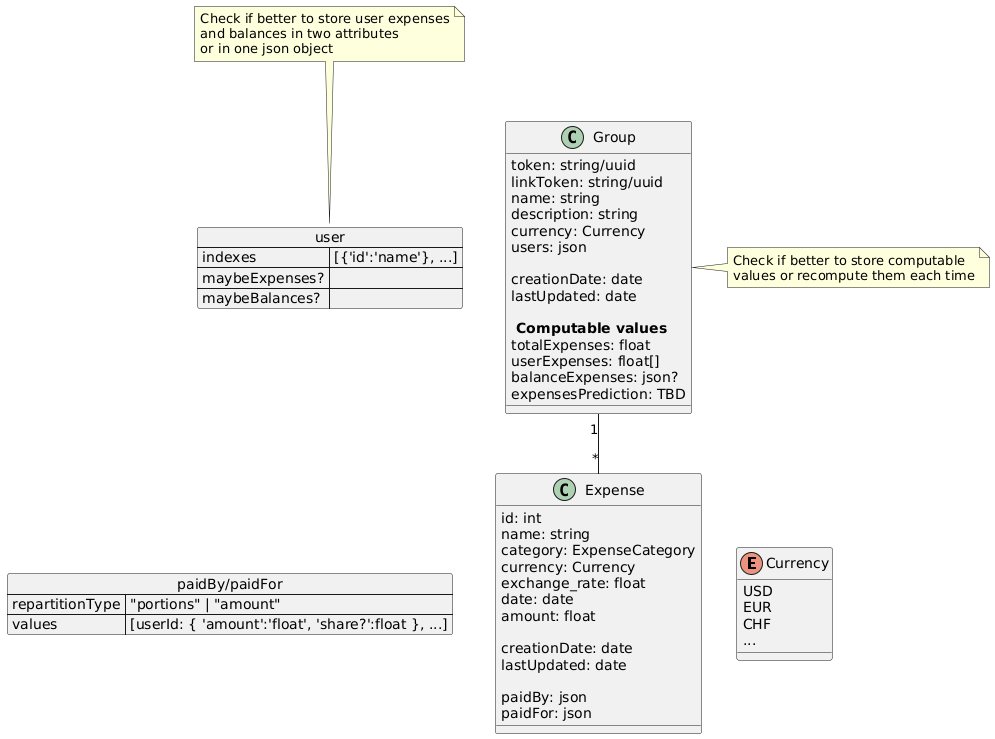
Earlier version of the PlantUML export database/databaseumlER.png (BuddyCount/BuddyCount).
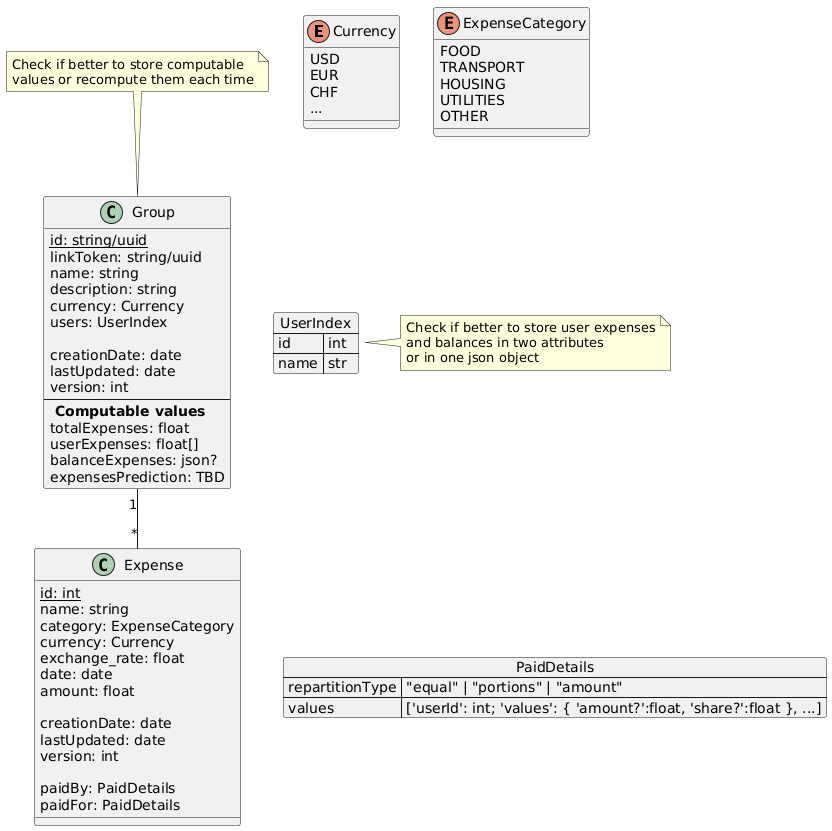
After the commit.

Commit message:
Improve a few details based on implementation in the backend

Change to the diagram source:
```diff
@@ -6,17 +6,26 @@
   ...
 }
 
+enum ExpenseCategory {
+  FOOD
+  TRANSPORT
+  HOUSING
+  UTILITIES
+  OTHER
+}
+
 class "Group" {
-  token: string/uuid
+  {static} id: string/uuid
   linkToken: string/uuid
   name: string
   description: string
   currency: Currency
-  users: json
+  users: UserIndex
 
   creationDate: date
   lastUpdated: date
-
+  version: int
+  --
   ** Computable values **
   totalExpenses: float
   userExpenses: float[]
@@ -24,13 +33,13 @@
   expensesPrediction: TBD
 }
 
-note right of Group
+note top of Group
     Check if better to store computable
     values or recompute them each time
 end note
 
 class "Expense" {
-  id: int
+  {static} id: int
   name: string
   category: ExpenseCategory
   currency: Currency
@@ -40,31 +49,30 @@
 
   creationDate: date
   lastUpdated: date
+  version: int
 
-  paidBy: json
-  paidFor: json
+  paidBy: PaidDetails
+  paidFor: PaidDetails
 }
 
 Group "1" -- "*" Expense
-Currency -l[hidden]- Expense
 
 
-json "paidBy/paidFor" {
-  "repartitionType": "\"portions\" | \"amount\"",
-  "values": "[userId: { 'amount':'float', 'share?':float }, ...]"
+json "PaidDetails" {
+  "repartitionType": "\"equal\" | \"portions\" | \"amount\"",
+  "values": "['userId': int; 'values': { 'amount?':float, 'share?':float }, ...]"
 }
 
-"paidBy/paidFor" -r[hidden]- Expense
+"PaidDetails" -l[hidden]- Expense
 
-json "user" {
-    "indexes" : "[{'id':'name'}, ...]",
-    "maybeExpenses?":"",
-    "maybeBalances?":""
+json "UserIndex" {
+    "id":"int",
+    "name":"str"
 }
 
-user -r[hidden]- Group
+UserIndex -l[hidden]- Group
 
-note top of user
+note right of UserIndex
     Check if better to store user expenses
     and balances in two attributes
     or in one json object
```
